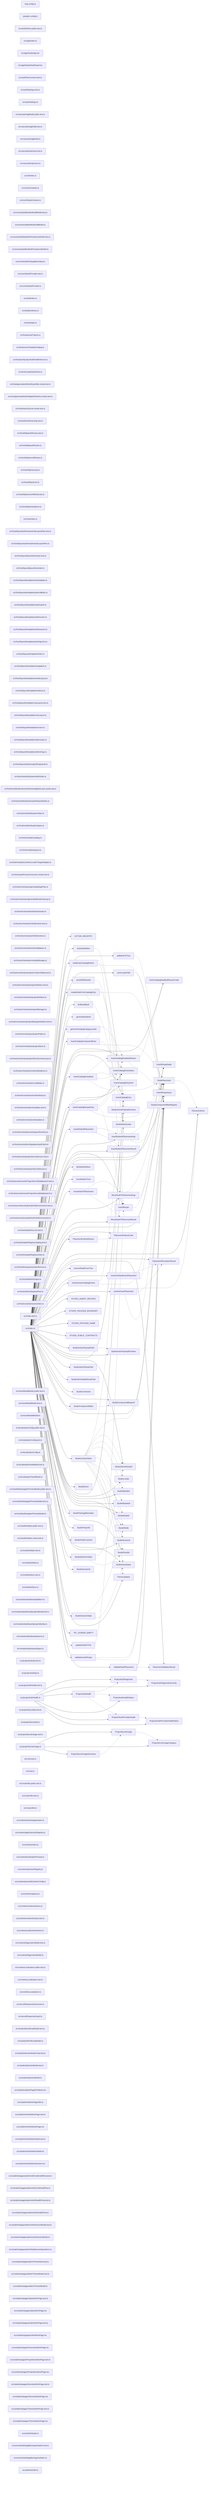
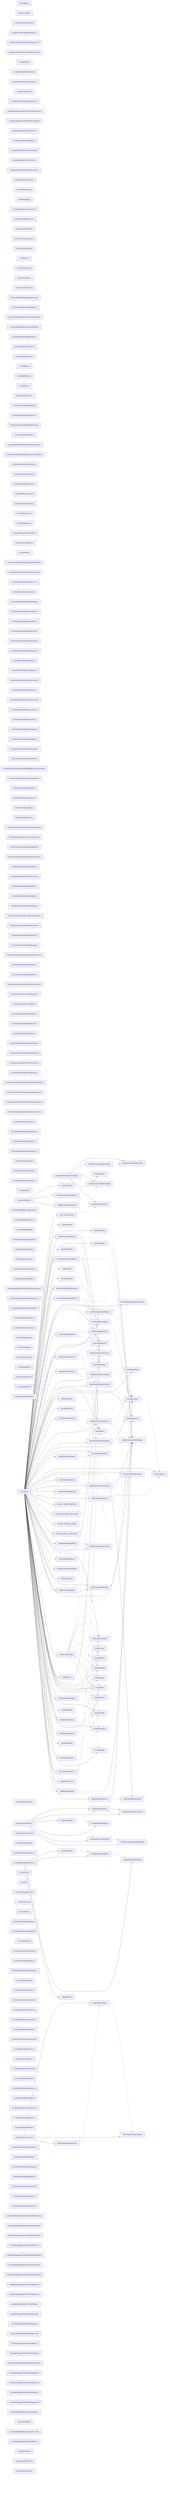
graph LR
  module_knip_config_ts["knip.config.ts"]
  module_paradox_config_ts["paradox.config.ts"]
  module_src_ankhAdmin_public_test_ts["src/ankhAdmin.public.test.ts"]
+   module_src_app_CreateCategoriesScreen_tsx["src/app/CreateCategoriesScreen.tsx"]
+   module_src_app_CreateCategoryTemplatesScreen_tsx["src/app/CreateCategoryTemplatesScreen.tsx"]
+   module_src_app_CreateProjectFromTemplateScreen_tsx["src/app/CreateProjectFromTemplateScreen.tsx"]
  module_src_app_index_ts["src/app/index.ts"]
+   module_src_app_ProjectDetailScreen_tsx["src/app/ProjectDetailScreen.tsx"]
+   module_src_app_ProjectsOverviewScreen_tsx["src/app/ProjectsOverviewScreen.tsx"]
  module_src_app_StudioApp_tsx["src/app/StudioApp.tsx"]
-   module_src_app_StudioDashboard_tsx["src/app/StudioDashboard.tsx"]
+   module_src_app_studioWorkspaceRoutes_test_ts["src/app/studioWorkspaceRoutes.test.ts"]
+   module_src_app_workspace_createProjectFormState_test_ts["src/app/workspace/createProjectFormState.test.ts"]
+   module_src_app_workspace_createProjectFormState_ts["src/app/workspace/createProjectFormState.ts"]
+   module_src_app_workspace_navigation_test_ts["src/app/workspace/navigation.test.ts"]
+   module_src_app_workspace_navigation_ts["src/app/workspace/navigation.ts"]
+   module_src_app_workspace_routeParams_test_ts["src/app/workspace/routeParams.test.ts"]
+   module_src_app_workspace_routeParams_ts["src/app/workspace/routeParams.ts"]
+   module_src_app_workspace_WorkspaceScreens_tsx["src/app/workspace/WorkspaceScreens.tsx"]
  module_src_authFlowContract_test_ts["src/authFlowContract.test.ts"]
  module_src_authSettings_test_ts["src/authSettings.test.ts"]
  module_src_authSettings_ts["src/authSettings.ts"]
  module_src_canvasDragModel_public_test_ts["src/canvasDragModel.public.test.ts"]
  module_src_canvasDragModel_test_ts["src/canvasDragModel.test.ts"]
  module_src_canvasDragModel_ts["src/canvasDragModel.ts"]
  module_src_canvasDropZones_test_ts["src/canvasDropZones.test.ts"]
  module_src_canvasDropZones_ts["src/canvasDropZones.ts"]
  module_src_cli_index_ts["src/cli/index.ts"]
+   module_src_contractGuards_ts["src/contractGuards.ts"]
  module_src_core_constants_ts["src/core/constants.ts"]
  module_src_core_StudioContext_ts["src/core/StudioContext.ts"]
  module_src_core_studioManifestDraftModel_test_ts["src/core/studioManifestDraftModel.test.ts"]
  module_src_core_studioManifestDraftModel_ts["src/core/studioManifestDraftModel.ts"]
  module_src_core_studioManifestPersistenceModel_test_ts["src/core/studioManifestPersistenceModel.test.ts"]
  module_src_core_studioManifestPersistenceModel_ts["src/core/studioManifestPersistenceModel.ts"]
  module_src_core_studioPackageBoundary_ts["src/core/studioPackageBoundary.ts"]
  module_src_core_StudioProvider_test_ts["src/core/StudioProvider.test.ts"]
  module_src_core_StudioProvider_ts["src/core/StudioProvider.ts"]
  module_src_dnd_index_ts["src/dnd/index.ts"]
  module_src_dnd_primitives_ts["src/dnd/primitives.ts"]
  module_src_dnd_state_ts["src/dnd/state.ts"]
  module_src_hooks_useProjects_ts["src/hooks/useProjects.ts"]
  module_src_hooks_useTemplateCatalog_ts["src/hooks/useTemplateCatalog.ts"]
+   module_src_hooks_useWorkspaceActions_ts["src/hooks/useWorkspaceActions.ts"]
  module_src_host_auth_projectAuthHealthService_ts["src/host/auth/projectAuthHealthService.ts"]
  module_src_host_createStudioHost_ts["src/host/createStudioHost.ts"]
  module_src_host_generatedAdminExpoWeb_smoke_test_ts["src/host/generatedAdminExpoWeb.smoke.test.ts"]
  module_src_host_generatedAuthAdapterRuntime_smoke_test_ts["src/host/generatedAuthAdapterRuntime.smoke.test.ts"]
  module_src_host_hostLifecycle_smoke_test_ts["src/host/hostLifecycle.smoke.test.ts"]
  module_src_host_hostOwnership_test_ts["src/host/hostOwnership.test.ts"]
  module_src_host_http_authRoutes_test_ts["src/host/http/authRoutes.test.ts"]
  module_src_host_http_authRoutes_ts["src/host/http/authRoutes.ts"]
  module_src_host_http_secretRoutes_ts["src/host/http/secretRoutes.ts"]
  module_src_host_http_security_ts["src/host/http/security.ts"]
  module_src_host_http_server_ts["src/host/http/server.ts"]
  module_src_host_http_serverWithSecrets_ts["src/host/http/serverWithSecrets.ts"]
  module_src_host_http_standalone_ts["src/host/http/standalone.ts"]
  module_src_host_index_ts["src/host/index.ts"]
  module_src_host_layout_auth_resolveAuthLayoutPlan_test_ts["src/host/layout/auth/resolveAuthLayoutPlan.test.ts"]
  module_src_host_layout_auth_resolveAuthLayoutPlan_ts["src/host/layout/auth/resolveAuthLayoutPlan.ts"]
  module_src_host_layout_layoutGenerator_test_ts["src/host/layout/layoutGenerator.test.ts"]
  module_src_host_layout_layoutGenerator_ts["src/host/layout/layoutGenerator.ts"]
  module_src_host_layout_templates_auth_adapter_ts["src/host/layout/templates/auth/adapter.ts"]
  module_src_host_layout_templates_auth_callback_ts["src/host/layout/templates/auth/callback.ts"]
  module_src_host_layout_templates_auth_oauth_ts["src/host/layout/templates/auth/oauth.ts"]
  module_src_host_layout_templates_auth_screen_ts["src/host/layout/templates/auth/screen.ts"]
  module_src_host_layout_templates_auth_session_ts["src/host/layout/templates/auth/session.ts"]
  module_src_host_layout_templates_auth_signOut_ts["src/host/layout/templates/auth/signOut.ts"]
  module_src_host_layout_templates_index_ts["src/host/layout/templates/index.ts"]
  module_src_host_layout_templates_navigation_ts["src/host/layout/templates/navigation.ts"]
  module_src_host_layout_templates_nestedLayout_ts["src/host/layout/templates/nestedLayout.ts"]
  module_src_host_layout_templates_redirect_ts["src/host/layout/templates/redirect.ts"]
  module_src_host_layout_templates_rootLayout_test_ts["src/host/layout/templates/rootLayout.test.ts"]
  module_src_host_layout_templates_rootLayout_ts["src/host/layout/templates/rootLayout.ts"]
  module_src_host_layout_templates_screen_ts["src/host/layout/templates/screen.ts"]
  module_src_host_layout_templates_utils_routes_ts["src/host/layout/templates/utils/routes.ts"]
  module_src_host_layout_templates_utils_strings_ts["src/host/layout/templates/utils/strings.ts"]
  module_src_host_layout_utils_escapeStringLiteral_ts["src/host/layout/utils/escapeStringLiteral.ts"]
  module_src_host_manifestSystem_auth_index_ts["src/host/manifestSystem/auth/index.ts"]
  module_src_host_manifestSystem_auth_shared_global_auth_system_tpl_ts["src/host/manifestSystem/auth/shared/global.auth.system.tpl.ts"]
  module_src_host_manifestSystem_auth_shared_index_ts["src/host/manifestSystem/auth/shared/index.ts"]
  module_src_host_manifestSystem_index_ts["src/host/manifestSystem/index.ts"]
  module_src_host_manifestSystem_types_ts["src/host/manifestSystem/types.ts"]
  module_src_host_modules_catalog_ts["src/host/modules/catalog.ts"]
  module_src_host_modules_layout_ts["src/host/modules/layout.ts"]
  module_src_host_modules_runtime_LocalFsTargetAdapter_ts["src/host/modules/runtime/LocalFsTargetAdapter.ts"]
  module_src_host_oauthFixtureConsumer_smoke_test_ts["src/host/oauthFixtureConsumer.smoke.test.ts"]
  module_src_host_orchestrator_generatedAppFiles_ts["src/host/orchestrator/generatedAppFiles.ts"]
  module_src_host_orchestrator_generatedRouteCleanup_ts["src/host/orchestrator/generatedRouteCleanup.ts"]
  module_src_host_orchestrator_infraGenerator_ts["src/host/orchestrator/infraGenerator.ts"]
  module_src_host_orchestrator_infraRuntime_test_ts["src/host/orchestrator/infraRuntime.test.ts"]
  module_src_host_orchestrator_infraRuntime_ts["src/host/orchestrator/infraRuntime.ts"]
  module_src_host_orchestrator_infraValidation_ts["src/host/orchestrator/infraValidation.ts"]
  module_src_host_orchestrator_moduleManager_ts["src/host/orchestrator/moduleManager.ts"]
  module_src_host_orchestrator_projectCreationSafety_test_ts["src/host/orchestrator/projectCreationSafety.test.ts"]
  module_src_host_orchestrator_projectDeletion_test_ts["src/host/orchestrator/projectDeletion.test.ts"]
  module_src_host_orchestrator_projectDeletion_ts["src/host/orchestrator/projectDeletion.ts"]
  module_src_host_orchestrator_projectManager_ts["src/host/orchestrator/projectManager.ts"]
  module_src_host_orchestrator_projectManagerDeletion_test_ts["src/host/orchestrator/projectManagerDeletion.test.ts"]
  module_src_host_orchestrator_projectPaths_ts["src/host/orchestrator/projectPaths.ts"]
  module_src_host_orchestrator_projectStore_ts["src/host/orchestrator/projectStore.ts"]
  module_src_host_orchestrator_projectStoreSummary_test_ts["src/host/orchestrator/projectStoreSummary.test.ts"]
  module_src_host_orchestrator_resolveMutations_ts["src/host/orchestrator/resolveMutations.ts"]
  module_src_host_orchestrator_scaffolder_ts["src/host/orchestrator/scaffolder.ts"]
  module_src_host_orchestrator_studioInfraUp_ts["src/host/orchestrator/studioInfraUp.ts"]
  module_src_host_orchestrator_templates_test_ts["src/host/orchestrator/templates.test.ts"]
  module_src_host_orchestrator_templates_ts["src/host/orchestrator/templates.ts"]
  module_src_host_orchestrator_workspaceRuntime_ts["src/host/orchestrator/workspaceRuntime.ts"]
  module_src_host_secrets_bunSupabaseVaultClient_ts["src/host/secrets/bunSupabaseVaultClient.ts"]
  module_src_host_secrets_projectSecretService_test_ts["src/host/secrets/projectSecretService.test.ts"]
  module_src_host_secrets_projectSecretService_ts["src/host/secrets/projectSecretService.ts"]
  module_src_host_secrets_resolveProjectSecretDatabaseUrl_test_ts["src/host/secrets/resolveProjectSecretDatabaseUrl.test.ts"]
  module_src_host_secrets_resolveProjectSecretDatabaseUrl_ts["src/host/secrets/resolveProjectSecretDatabaseUrl.ts"]
  module_src_host_secrets_trustedOAuthInfraEnvironment_test_ts["src/host/secrets/trustedOAuthInfraEnvironment.test.ts"]
  module_src_host_secrets_trustedOAuthInfraEnvironment_ts["src/host/secrets/trustedOAuthInfraEnvironment.ts"]
  module_src_host_studioInfra_e2e_test_ts["src/host/studioInfra.e2e.test.ts"]
  module_src_host_templateRegistry_catalog_test_ts["src/host/templateRegistry/catalog.test.ts"]
  module_src_host_templateRegistry_index_ts["src/host/templateRegistry/index.ts"]
  module_src_host_utils_requirementsInference_ts["src/host/utils/requirementsInference.ts"]
  module_src_host_utils_trimOutput_ts["src/host/utils/trimOutput.ts"]
  module_src_host_utils_workspaceRoot_ts["src/host/utils/workspaceRoot.ts"]
  module_src_host_zoraExtensions_index_ts["src/host/zoraExtensions/index.ts"]
  module_src_index_test_ts["src/index.test.ts"]
  module_src_index_ts["src/index.ts"]
  module_src_insertModalModel_public_test_ts["src/insertModalModel.public.test.ts"]
  module_src_insertModalModel_test_ts["src/insertModalModel.test.ts"]
  module_src_insertModalModel_ts["src/insertModalModel.ts"]
  module_src_localizationConfig_public_test_ts["src/localizationConfig.public.test.ts"]
  module_src_localizationConfig_test_ts["src/localizationConfig.test.ts"]
  module_src_localizationConfig_ts["src/localizationConfig.ts"]
  module_src_localizationPanelModel_test_ts["src/localizationPanelModel.test.ts"]
  module_src_localizationPanelModel_ts["src/localizationPanelModel.ts"]
  module_src_manifestNavigatorPreviewModel_public_test_ts["src/manifestNavigatorPreviewModel.public.test.ts"]
  module_src_manifestNavigatorPreviewModel_test_ts["src/manifestNavigatorPreviewModel.test.ts"]
  module_src_manifestNavigatorPreviewModel_ts["src/manifestNavigatorPreviewModel.ts"]
  module_src_manifestState_public_test_ts["src/manifestState.public.test.ts"]
  module_src_manifestState_routes_test_ts["src/manifestState.routes.test.ts"]
  module_src_manifestState_test_ts["src/manifestState.test.ts"]
  module_src_manifestState_ts["src/manifestState.ts"]
  module_src_manifestSync_test_ts["src/manifestSync.test.ts"]
  module_src_manifestSync_ts["src/manifestSync.ts"]
-   module_src_modules_dashboard_platform_ts["src/modules/dashboard/platform.ts"]
-   module_src_modules_dashboard_projectIdentity_test_ts["src/modules/dashboard/projectIdentity.test.ts"]
-   module_src_modules_dashboard_projectIdentity_ts["src/modules/dashboard/projectIdentity.ts"]
-   module_src_modules_dashboard_search_ts["src/modules/dashboard/search.ts"]
-   module_src_modules_dashboard_types_ts["src/modules/dashboard/types.ts"]
  module_src_projectAuthApi_test_ts["src/projectAuthApi.test.ts"]
  module_src_projectAuthApi_ts["src/projectAuthApi.ts"]
  module_src_projectAuthHealth_test_ts["src/projectAuthHealth.test.ts"]
  module_src_projectAuthHealth_ts["src/projectAuthHealth.ts"]
+   module_src_projectIdentity_test_ts["src/projectIdentity.test.ts"]
+   module_src_projectIdentity_ts["src/projectIdentity.ts"]
  module_src_projectSecretApi_test_ts["src/projectSecretApi.test.ts"]
  module_src_projectSecretApi_ts["src/projectSecretApi.ts"]
  module_src_projectSecretUsage_test_ts["src/projectSecretUsage.test.ts"]
  module_src_projectSecretUsage_ts["src/projectSecretUsage.ts"]
+   module_src_projectWorkspaceContracts_ts["src/projectWorkspaceContracts.ts"]
  module_src_root_test_ts["src/root.test.ts"]
  module_src_root_ts["src/root.ts"]
  module_src_routeUtils_public_test_ts["src/routeUtils.public.test.ts"]
  module_src_routeUtils_test_ts["src/routeUtils.test.ts"]
  module_src_routeUtils_ts["src/routeUtils.ts"]
  module_src_runtime_actionSuppression_ts["src/runtime/actionSuppression.ts"]
  module_src_runtime_appExtensionRegistry_ts["src/runtime/appExtensionRegistry.ts"]
  module_src_runtime_index_ts["src/runtime/index.ts"]
  module_src_runtime_localizationPreview_ts["src/runtime/localizationPreview.ts"]
  module_src_runtime_previewRegistry_ts["src/runtime/previewRegistry.ts"]
  module_src_runtime_previewRuntimeConfig_ts["src/runtime/previewRuntimeConfig.ts"]
  module_src_runtime_registry_tsx["src/runtime/registry.tsx"]
  module_src_runtime_runtimeActions_ts["src/runtime/runtimeActions.ts"]
  module_src_runtime_runtimeSurface_test_ts["src/runtime/runtimeSurface.test.ts"]
  module_src_runtime_useRuntimeAction_ts["src/runtime/useRuntimeAction.ts"]
  module_src_runtimeDiagnosticsModel_test_ts["src/runtimeDiagnosticsModel.test.ts"]
  module_src_runtimeDiagnosticsModel_ts["src/runtimeDiagnosticsModel.ts"]
  module_src_runtimeLocalization_public_test_ts["src/runtimeLocalization.public.test.ts"]
  module_src_runtimeLocalization_test_ts["src/runtimeLocalization.test.ts"]
  module_src_runtimeLocalization_ts["src/runtimeLocalization.ts"]
  module_src_secretResponseGuard_test_ts["src/secretResponseGuard.test.ts"]
  module_src_secretResponseGuard_ts["src/secretResponseGuard.ts"]
  module_src_studioAdminRouteModel_test_ts["src/studioAdminRouteModel.test.ts"]
  module_src_studioAdminRouteModel_ts["src/studioAdminRouteModel.ts"]
  module_src_studioSelectionModel_knip_test_ts["src/studioSelectionModel.knip.test.ts"]
  module_src_studioSelectionModel_test_ts["src/studioSelectionModel.test.ts"]
  module_src_studioSelectionModel_ts["src/studioSelectionModel.ts"]
+   module_src_templateCatalogContracts_ts["src/templateCatalogContracts.ts"]
  module_src_ui_admin_adminPagePrimitives_tsx["src/ui/admin/adminPagePrimitives.tsx"]
  module_src_ui_admin_adminPageUtils_ts["src/ui/admin/adminPageUtils.ts"]
  module_src_ui_admin_AnkhAdminPage_test_ts["src/ui/admin/AnkhAdminPage.test.ts"]
  module_src_ui_admin_AnkhAdminPage_tsx["src/ui/admin/AnkhAdminPage.tsx"]
  module_src_ui_admin_AnkhAdminShell_test_ts["src/ui/admin/AnkhAdminShell.test.ts"]
  module_src_ui_admin_AnkhAdminShell_tsx["src/ui/admin/AnkhAdminShell.tsx"]
  module_src_ui_admin_AuthAdminSession_tsx["src/ui/admin/AuthAdminSession.tsx"]
  module_src_ui_admin_pages_adminAuthCredentialFlow_test_ts["src/ui/admin/pages/adminAuthCredentialFlow.test.ts"]
  module_src_ui_admin_pages_adminAuthCredentialFlow_ts["src/ui/admin/pages/adminAuthCredentialFlow.ts"]
  module_src_ui_admin_pages_adminAuthHealthFlow_test_ts["src/ui/admin/pages/adminAuthHealthFlow.test.ts"]
  module_src_ui_admin_pages_adminAuthHealthFlow_ts["src/ui/admin/pages/adminAuthHealthFlow.ts"]
  module_src_ui_admin_pages_adminAuthSessionModel_test_ts["src/ui/admin/pages/adminAuthSessionModel.test.ts"]
  module_src_ui_admin_pages_adminAuthSessionModel_ts["src/ui/admin/pages/adminAuthSessionModel.ts"]
  module_src_ui_admin_pages_adminDataSourceOperations_ts["src/ui/admin/pages/adminDataSourceOperations.ts"]
  module_src_ui_admin_pages_adminThemeHarmony_ts["src/ui/admin/pages/adminThemeHarmony.ts"]
  module_src_ui_admin_pages_adminThemeModel_test_ts["src/ui/admin/pages/adminThemeModel.test.ts"]
  module_src_ui_admin_pages_adminThemeModel_ts["src/ui/admin/pages/adminThemeModel.ts"]
  module_src_ui_admin_pages_ApisAdminPage_test_ts["src/ui/admin/pages/ApisAdminPage.test.ts"]
  module_src_ui_admin_pages_ApisAdminPage_tsx["src/ui/admin/pages/ApisAdminPage.tsx"]
  module_src_ui_admin_pages_AuthAdminPage_test_ts["src/ui/admin/pages/AuthAdminPage.test.ts"]
  module_src_ui_admin_pages_AuthAdminPage_tsx["src/ui/admin/pages/AuthAdminPage.tsx"]
  module_src_ui_admin_pages_OverviewAdminPage_tsx["src/ui/admin/pages/OverviewAdminPage.tsx"]
  module_src_ui_admin_pages_PropertiesAdminPage_test_ts["src/ui/admin/pages/PropertiesAdminPage.test.ts"]
  module_src_ui_admin_pages_PropertiesAdminPage_tsx["src/ui/admin/pages/PropertiesAdminPage.tsx"]
  module_src_ui_admin_pages_SecretsAdminPage_test_ts["src/ui/admin/pages/SecretsAdminPage.test.ts"]
  module_src_ui_admin_pages_SecretsAdminPage_tsx["src/ui/admin/pages/SecretsAdminPage.tsx"]
  module_src_ui_admin_pages_ThemeAdminPage_test_ts["src/ui/admin/pages/ThemeAdminPage.test.ts"]
  module_src_ui_admin_pages_ThemeAdminPage_tsx["src/ui/admin/pages/ThemeAdminPage.tsx"]
  module_src_ui_AnkhStudio_ts["src/ui/AnkhStudio.ts"]
  module_src_ui_useStudioAppBarAugmentation_test_ts["src/ui/useStudioAppBarAugmentation.test.ts"]
  module_src_ui_useStudioAppBarAugmentation_ts["src/ui/useStudioAppBarAugmentation.ts"]
  module_src_utils_treeUtils_ts["src/utils/treeUtils.ts"]
+   module_src_workspacePlatform_ts["src/workspacePlatform.ts"]
+   module_src_workspaceSearch_ts["src/workspaceSearch.ts"]
  export_ACTION_REGISTRY["ACTION_REGISTRY"]
  module_src_index_ts --> export_ACTION_REGISTRY
  export_ActionDefinition["ActionDefinition"]
  module_src_index_ts --> export_ActionDefinition
  export_ActionDefinition -.-> export_StudioActionPayloadSchema
  export_addNodeToTree["addNodeToTree"]
  module_src_index_ts --> export_addNodeToTree
  export_addNodeToTree -.-> export_StudioComponentMetaRegistry
  export_buildInsertCatalogEntries["buildInsertCatalogEntries"]
  module_src_index_ts --> export_buildInsertCatalogEntries
  export_buildInsertCatalogEntries -.-> export_InsertCatalogEntry
  export_buildInsertCatalogEntries -.-> export_InsertRecipe
  export_buildInsertCatalogEntries -.-> export_StudioComponentMetaRegistry
  export_canAcceptChild["canAcceptChild"]
  module_src_index_ts --> export_canAcceptChild
  export_canAcceptChild -.-> export_StudioComponentMetaRegistry
  export_cloneWithNewIds["cloneWithNewIds"]
  module_src_index_ts --> export_cloneWithNewIds
  export_cloneWithNewIds -.-> export_StudioIdGenerator
  export_createNodeFromCatalogEntry["createNodeFromCatalogEntry"]
  module_src_index_ts --> export_createNodeFromCatalogEntry
  export_createNodeFromCatalogEntry -.-> export_InsertCatalogEntry
  export_createNodeFromCatalogEntry -.-> export_StudioComponentMetaRegistry
  export_createNodeFromCatalogEntry -.-> export_StudioIdGenerator
+   export_deriveProjectId["deriveProjectId"]
+   module_src_projectIdentity_ts --> export_deriveProjectId
  export_findNodeById["findNodeById"]
  module_src_index_ts --> export_findNodeById
  export_generateStudioId["generateStudioId"]
  module_src_index_ts --> export_generateStudioId
  export_getInsertCatalogCategoryLabel["getInsertCatalogCategoryLabel"]
  module_src_index_ts --> export_getInsertCatalogCategoryLabel
  export_InsertCatalogComponentEntry["InsertCatalogComponentEntry"]
  module_src_index_ts --> export_InsertCatalogComponentEntry
  export_InsertCatalogComponentEntry -.-> export_InsertCatalogDisabledReason
  export_InsertCatalogComponentEntry -.-> export_InsertCatalogEntryStatus
  export_InsertCatalogComponentEntry -.-> export_NodePlacement
  export_InsertCatalogDisabledReason["InsertCatalogDisabledReason"]
  module_src_index_ts --> export_InsertCatalogDisabledReason
  export_InsertCatalogDisabledReason -.-> export_InsertCatalogDisabledReasonCode
  export_InsertCatalogDisabledReason -.-> export_InsertRecipeIssue
  export_InsertCatalogDisabledReasonCode["InsertCatalogDisabledReasonCode"]
  module_src_index_ts --> export_InsertCatalogDisabledReasonCode
  export_InsertCatalogEntry["InsertCatalogEntry"]
  module_src_index_ts --> export_InsertCatalogEntry
  export_InsertCatalogEntryBase["InsertCatalogEntryBase"]
  module_src_index_ts --> export_InsertCatalogEntryBase
  export_InsertCatalogEntryBase -.-> export_InsertCatalogDisabledReason
  export_InsertCatalogEntryBase -.-> export_InsertCatalogEntryKind
  export_InsertCatalogEntryBase -.-> export_InsertCatalogEntryStatus
  export_InsertCatalogEntryBase -.-> export_NodePlacement
  export_InsertCatalogEntryKind["InsertCatalogEntryKind"]
  module_src_index_ts --> export_InsertCatalogEntryKind
  export_InsertCatalogEntryStatus["InsertCatalogEntryStatus"]
  module_src_index_ts --> export_InsertCatalogEntryStatus
  export_InsertCatalogRecipeEntry["InsertCatalogRecipeEntry"]
  module_src_index_ts --> export_InsertCatalogRecipeEntry
  export_InsertCatalogRecipeEntry -.-> export_InsertCatalogDisabledReason
  export_InsertCatalogRecipeEntry -.-> export_InsertCatalogEntryStatus
  export_InsertCatalogRecipeEntry -.-> export_InsertRecipe
  export_InsertCatalogRecipeEntry -.-> export_NodePlacement
  export_insertNodeAtPlacement["insertNodeAtPlacement"]
  module_src_index_ts --> export_insertNodeAtPlacement
  export_insertNodeAtPlacement -.-> export_InsertNodeAtPlacementArgs
  export_insertNodeAtPlacement -.-> export_InsertNodeAtPlacementResult
  export_InsertNodeAtPlacementArgs["InsertNodeAtPlacementArgs"]
  module_src_index_ts --> export_InsertNodeAtPlacementArgs
  export_InsertNodeAtPlacementArgs -.-> export_NodePlacement
  export_InsertNodeAtPlacementArgs -.-> export_StudioComponentMetaRegistry
  export_InsertNodeAtPlacementResult["InsertNodeAtPlacementResult"]
  module_src_index_ts --> export_InsertNodeAtPlacementResult
  export_InsertRecipe["InsertRecipe"]
  module_src_index_ts --> export_InsertRecipe
  export_InsertRecipe -.-> export_InsertRecipeNode
  export_InsertRecipeIssue["InsertRecipeIssue"]
  module_src_index_ts --> export_InsertRecipeIssue
  export_InsertRecipeNode["InsertRecipeNode"]
  module_src_index_ts --> export_InsertRecipeNode
  export_ModuleDefinition["ModuleDefinition"]
  module_src_index_ts --> export_ModuleDefinition
  export_moveNodeInTree["moveNodeInTree"]
  module_src_index_ts --> export_moveNodeInTree
  export_moveNodeToPlacement["moveNodeToPlacement"]
  module_src_index_ts --> export_moveNodeToPlacement
  export_moveNodeToPlacement -.-> export_MoveNodeToPlacementArgs
  export_moveNodeToPlacement -.-> export_MoveNodeToPlacementResult
  export_MoveNodeToPlacementArgs["MoveNodeToPlacementArgs"]
  module_src_index_ts --> export_MoveNodeToPlacementArgs
  export_MoveNodeToPlacementArgs -.-> export_NodePlacement
  export_MoveNodeToPlacementArgs -.-> export_StudioComponentMetaRegistry
  export_MoveNodeToPlacementResult["MoveNodeToPlacementResult"]
  module_src_index_ts --> export_MoveNodeToPlacementResult
  export_NodePlacement["NodePlacement"]
  module_src_index_ts --> export_NodePlacement
  export_NodePlacement -.-> export_PlacementKind
  export_PlacementFailureCode["PlacementFailureCode"]
  module_src_index_ts --> export_PlacementFailureCode
  export_PlacementFailureReason["PlacementFailureReason"]
  module_src_index_ts --> export_PlacementFailureReason
  export_PlacementFailureReason -.-> export_PlacementFailureCode
  export_PlacementKind["PlacementKind"]
  module_src_index_ts --> export_PlacementKind
  export_PlacementResolutionResult["PlacementResolutionResult"]
  module_src_index_ts --> export_PlacementResolutionResult
  export_PlacementValidationResult["PlacementValidationResult"]
  module_src_index_ts --> export_PlacementValidationResult
  export_ProjectAuthDiagnostic["ProjectAuthDiagnostic"]
  module_src_projectAuthHealth_ts --> export_ProjectAuthDiagnostic
  export_ProjectAuthDiagnostic -.-> export_ProjectAuthDiagnosticSeverity
  export_ProjectAuthDiagnosticSeverity["ProjectAuthDiagnosticSeverity"]
  module_src_projectAuthHealth_ts --> export_ProjectAuthDiagnosticSeverity
  export_ProjectAuthHealth["ProjectAuthHealth"]
  module_src_projectAuthHealth_ts --> export_ProjectAuthHealth
  export_ProjectAuthHealth -.-> export_ProjectAuthDiagnostic
  export_ProjectAuthHealth -.-> export_ProjectAuthHealthStatus
  export_ProjectAuthHealth -.-> export_ProjectOAuthProviderHealth
  export_ProjectAuthHealthStatus["ProjectAuthHealthStatus"]
  module_src_projectAuthHealth_ts --> export_ProjectAuthHealthStatus
+   export_ProjectCreationValidationCode["ProjectCreationValidationCode"]
+   module_src_projectWorkspaceContracts_ts --> export_ProjectCreationValidationCode
+   export_ProjectCreationValidationError["ProjectCreationValidationError"]
+   module_src_projectIdentity_ts --> export_ProjectCreationValidationError
+   export_ProjectCreationValidationFailure["ProjectCreationValidationFailure"]
+   module_src_projectWorkspaceContracts_ts --> export_ProjectCreationValidationFailure
+   export_ProjectCreationValidationFailure -.-> export_ProjectCreationValidationCode
+   export_ProjectCreationValidationResult["ProjectCreationValidationResult"]
+   module_src_projectWorkspaceContracts_ts --> export_ProjectCreationValidationResult
  export_ProjectOAuthProviderHealth["ProjectOAuthProviderHealth"]
  module_src_projectAuthHealth_ts --> export_ProjectOAuthProviderHealth
  export_ProjectOAuthProviderHealth -.-> export_ProjectOAuthProviderHealthStatus
  export_ProjectOAuthProviderHealthStatus["ProjectOAuthProviderHealthStatus"]
  module_src_projectAuthHealth_ts --> export_ProjectOAuthProviderHealthStatus
  export_ProjectSecretUsage["ProjectSecretUsage"]
  module_src_projectSecretUsage_ts --> export_ProjectSecretUsage
  export_ProjectSecretUsage -.-> export_ProjectSecretUsageCategory
  export_ProjectSecretUsageCategory["ProjectSecretUsageCategory"]
  module_src_projectSecretUsage_ts --> export_ProjectSecretUsageCategory
  export_ProjectSecretUsageSummary["ProjectSecretUsageSummary"]
  module_src_projectSecretUsage_ts --> export_ProjectSecretUsageSummary
  export_ProjectSecretUsageSummary -.-> export_ProjectSecretUsage
+   export_ProjectSortKey["ProjectSortKey"]
+   module_src_projectWorkspaceContracts_ts --> export_ProjectSortKey
  export_removeNodeFromTree["removeNodeFromTree"]
  module_src_index_ts --> export_removeNodeFromTree
  export_resolveDefaultInsertPlacement["resolveDefaultInsertPlacement"]
  module_src_index_ts --> export_resolveDefaultInsertPlacement
  export_resolveDefaultInsertPlacement -.-> export_PlacementResolutionResult
  export_resolveDefaultInsertPlacement -.-> export_StudioComponentMetaRegistry
  export_resolveInsertCatalogEntries["resolveInsertCatalogEntries"]
  module_src_index_ts --> export_resolveInsertCatalogEntries
  export_resolveInsertCatalogEntries -.-> export_InsertCatalogEntry
  export_resolveInsertCatalogEntries -.-> export_StudioComponentMetaRegistry
  export_resolveInsertPlacement["resolveInsertPlacement"]
  module_src_index_ts --> export_resolveInsertPlacement
  export_resolveInsertPlacement -.-> export_PlacementKind
  export_resolveInsertPlacement -.-> export_PlacementResolutionResult
  export_resolveInsertPlacement -.-> export_StudioComponentMetaRegistry
  export_STUDIO_INSERT_RECIPES["STUDIO_INSERT_RECIPES"]
  module_src_index_ts --> export_STUDIO_INSERT_RECIPES
  export_STUDIO_PACKAGE_BOUNDARY["STUDIO_PACKAGE_BOUNDARY"]
  module_src_index_ts --> export_STUDIO_PACKAGE_BOUNDARY
  export_STUDIO_PACKAGE_NAME["STUDIO_PACKAGE_NAME"]
  module_src_index_ts --> export_STUDIO_PACKAGE_NAME
  export_STUDIO_PUBLIC_CONTRACTS["STUDIO_PUBLIC_CONTRACTS"]
  module_src_index_ts --> export_STUDIO_PUBLIC_CONTRACTS
  export_StudioActionPayloadField["StudioActionPayloadField"]
  module_src_index_ts --> export_StudioActionPayloadField
  export_StudioActionPayloadField -.-> export_StudioActionPayloadPrimitive
  export_StudioActionPayloadPrimitive["StudioActionPayloadPrimitive"]
  module_src_index_ts --> export_StudioActionPayloadPrimitive
  export_StudioActionPayloadSchema["StudioActionPayloadSchema"]
  module_src_index_ts --> export_StudioActionPayloadSchema
  export_StudioAdminRouteId["StudioAdminRouteId"]
  module_src_index_ts --> export_StudioAdminRouteId
  export_StudioAdminRoutePath["StudioAdminRoutePath"]
  module_src_index_ts --> export_StudioAdminRoutePath
  export_StudioAdminStaticRoutePath["StudioAdminStaticRoutePath"]
  module_src_index_ts --> export_StudioAdminStaticRoutePath
  export_StudioCommand["StudioCommand"]
  module_src_index_ts --> export_StudioCommand
  export_StudioComponentBlueprint["StudioComponentBlueprint"]
  module_src_index_ts --> export_StudioComponentBlueprint
  export_StudioComponentMeta["StudioComponentMeta"]
  module_src_index_ts --> export_StudioComponentMeta
  export_StudioComponentMeta -.-> export_StudioComponentBlueprint
  export_StudioComponentMetaRegistry["StudioComponentMetaRegistry"]
  module_src_index_ts --> export_StudioComponentMetaRegistry
  export_StudioContextValue["StudioContextValue"]
  module_src_index_ts --> export_StudioContextValue
  export_StudioContextValue -.-> export_InsertCatalogEntry
  export_StudioContextValue -.-> export_NodePlacement
  export_StudioContextValue -.-> export_StudioAdminRouteId
  export_StudioContextValue -.-> export_StudioLocale
  export_StudioContextValue -.-> export_StudioManifest
  export_StudioContextValue -.-> export_StudioMode
  export_StudioContextValue -.-> export_StudioModuleId
  export_StudioContextValue -.-> export_StudioNodeId
  export_StudioContextValue -.-> export_StudioPanelId
  export_StudioContextValue -.-> export_StudioSaveStatus
  export_StudioContextValue -.-> export_StudioScreenId
  export_StudioContextValue -.-> export_ThemeUpdates
  export_StudioEvent["StudioEvent"]
  module_src_index_ts --> export_StudioEvent
  export_StudioIdGenerator["StudioIdGenerator"]
  module_src_index_ts --> export_StudioIdGenerator
  export_StudioLocale["StudioLocale"]
  module_src_index_ts --> export_StudioLocale
  export_StudioManifest["StudioManifest"]
  module_src_index_ts --> export_StudioManifest
  export_StudioMode["StudioMode"]
  module_src_index_ts --> export_StudioMode
  export_StudioModuleId["StudioModuleId"]
  module_src_index_ts --> export_StudioModuleId
  export_StudioNodeId["StudioNodeId"]
  module_src_index_ts --> export_StudioNodeId
  export_StudioPackageBoundary["StudioPackageBoundary"]
  module_src_index_ts --> export_StudioPackageBoundary
  export_StudioPanelId["StudioPanelId"]
  module_src_index_ts --> export_StudioPanelId
  export_StudioProjectId["StudioProjectId"]
  module_src_index_ts --> export_StudioProjectId
+   export_StudioProjectSummary["StudioProjectSummary"]
+   module_src_projectWorkspaceContracts_ts --> export_StudioProjectSummary
  export_StudioPublicContract["StudioPublicContract"]
  module_src_index_ts --> export_StudioPublicContract
  export_StudioSaveStatus["StudioSaveStatus"]
  module_src_index_ts --> export_StudioSaveStatus
  export_StudioScreenId["StudioScreenId"]
  module_src_index_ts --> export_StudioScreenId
  export_StudioSelectionState["StudioSelectionState"]
  module_src_index_ts --> export_StudioSelectionState
  export_StudioSelectionState -.-> export_StudioAdminRouteId
  export_StudioSelectionState -.-> export_StudioPanelId
  export_StudioSessionId["StudioSessionId"]
  module_src_index_ts --> export_StudioSessionId
  export_StudioSessionState["StudioSessionState"]
  module_src_index_ts --> export_StudioSessionState
  export_StudioSessionState -.-> export_StudioMode
  export_StudioSessionState -.-> export_StudioSaveStatus
+   export_TemplateCatalog["TemplateCatalog"]
+   module_src_templateCatalogContracts_ts --> export_TemplateCatalog
+   export_TemplateCatalog -.-> export_TemplateCatalogCategory
+   export_TemplateCatalogCategory["TemplateCatalogCategory"]
+   module_src_templateCatalogContracts_ts --> export_TemplateCatalogCategory
+   export_TemplateCatalogCategory -.-> export_TemplateCatalogTemplate
+   export_TemplateCatalogTemplate["TemplateCatalogTemplate"]
+   module_src_templateCatalogContracts_ts --> export_TemplateCatalogTemplate
+   export_TemplateEntry["TemplateEntry"]
+   module_src_templateCatalogContracts_ts --> export_TemplateEntry
  export_ThemeUpdates["ThemeUpdates"]
  module_src_index_ts --> export_ThemeUpdates
  export_TPL_SCREEN_EMPTY["TPL_SCREEN_EMPTY"]
  module_src_index_ts --> export_TPL_SCREEN_EMPTY
  export_updateNodeInTree["updateNodeInTree"]
  module_src_index_ts --> export_updateNodeInTree
  export_validateInsertRecipe["validateInsertRecipe"]
  module_src_index_ts --> export_validateInsertRecipe
  export_validateInsertRecipe -.-> export_InsertRecipe
  export_validateInsertRecipe -.-> export_InsertRecipeIssue
  export_validateInsertRecipe -.-> export_StudioComponentMetaRegistry
  export_validateNodePlacement["validateNodePlacement"]
  module_src_index_ts --> export_validateNodePlacement
  export_validateNodePlacement -.-> export_NodePlacement
  export_validateNodePlacement -.-> export_PlacementValidationResult
  export_validateNodePlacement -.-> export_StudioComponentMetaRegistry
+   export_validateProjectCreationInput["validateProjectCreationInput"]
+   module_src_projectIdentity_ts --> export_validateProjectCreationInput
+   export_validateProjectCreationInput -.-> export_ProjectCreationValidationResult
+   export_validateProjectCreationInput -.-> export_StudioProjectSummary
